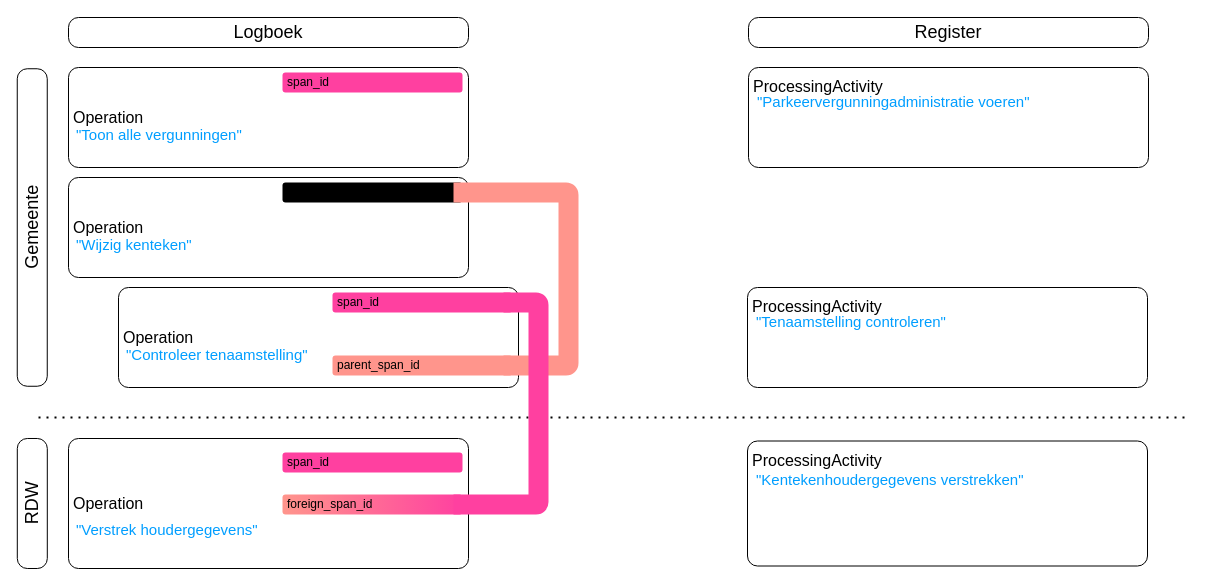
Above: page "afbeelding13" (15 of 15) of media/LogboekDataVerwerking.drawio in Logius-standaarden/logboek-dataverwerkingen-inleiding (draw.io), before the change. Source tidied: cells renumbered, new cells numbered last; positions are measured from the earlier drawing's top-left corner, leaving out a move shared by most shapes. Both pictures are drawn from the tidied source at 100%, with x=0, y=0 at pixel (-127, 17).
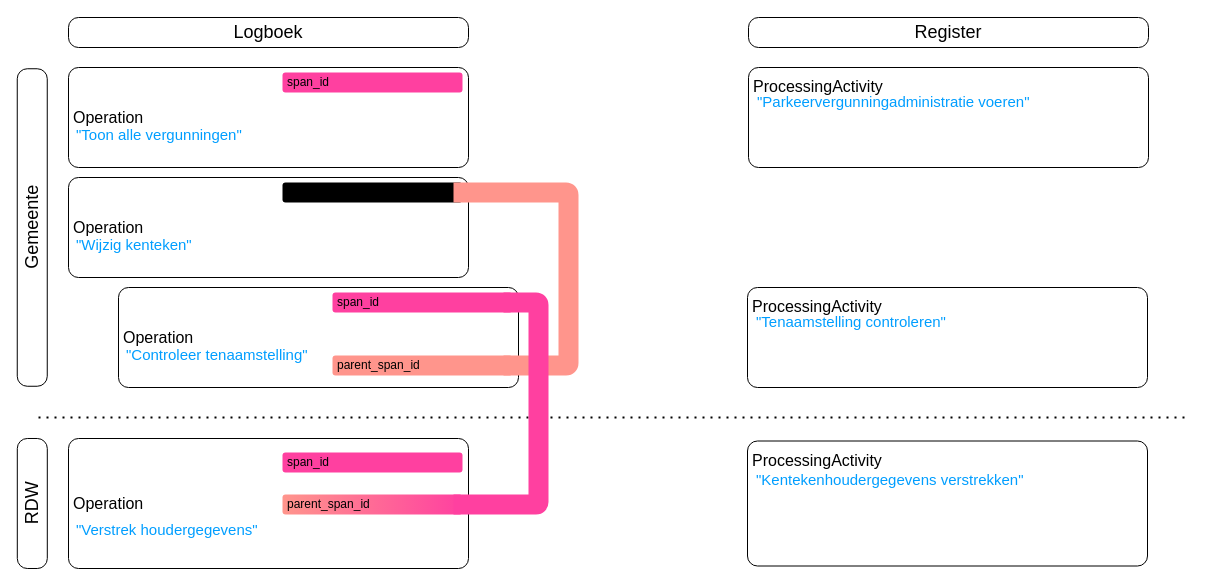
The same page after the edit.

What changed in the source:
```diff
@@
-    <mxCell id="13" value="foreign_span_id" style="rounded=1;whiteSpace=wrap;html=1;strokeColor=none;fillColor=#FF958C;points=[[0,0,0,0,0],[0,0.25,0,0,0],[0,0.75,0,0,0],[0,1,0,0,0],[0.05,0.5,0,0,0],[0.25,0,0,0,0],[0.25,1,0,0,0],[0.5,0,0,0,0],[0.5,1,0,0,0],[0.75,0,0,0,0],[0.75,1,0,0,0],[0.95,0.5,0,0,0],[1,0,0,0,0],[1,0.25,0,0,0],[1,0.75,0,0,0],[1,1,0,0,0]];align=left;spacing=5;gradientColor=#FF40A0;gradientDirection=east;" parent="1" vertex="1">
+    <mxCell id="13" value="parent_span_id" style="rounded=1;whiteSpace=wrap;html=1;strokeColor=none;fillColor=#FF958C;points=[[0,0,0,0,0],[0,0.25,0,0,0],[0,0.75,0,0,0],[0,1,0,0,0],[0.05,0.5,0,0,0],[0.25,0,0,0,0],[0.25,1,0,0,0],[0.5,0,0,0,0],[0.5,1,0,0,0],[0.75,0,0,0,0],[0.75,1,0,0,0],[0.95,0.5,0,0,0],[1,0,0,0,0],[1,0.25,0,0,0],[1,0.75,0,0,0],[1,1,0,0,0]];align=left;spacing=5;gradientColor=#FF40A0;gradientDirection=east;" parent="1" vertex="1">
       <mxGeometry x="409" y="477" width="180" height="20" as="geometry" />
     </mxCell>
```
